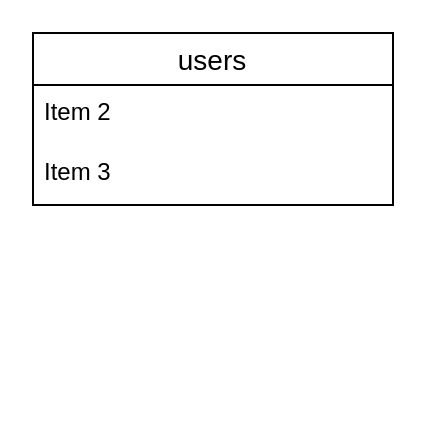
This is tennis-friends.dio from takuya20201003/tennis-friends, a draw.io file, before an edit. Source tidied: cells renumbered, new cells numbered last; positions are measured from the earlier drawing's top-left corner, leaving out a move shared by most shapes. Both pictures are drawn from the tidied source at 200%, with x=0, y=0 at pixel (32, 32).
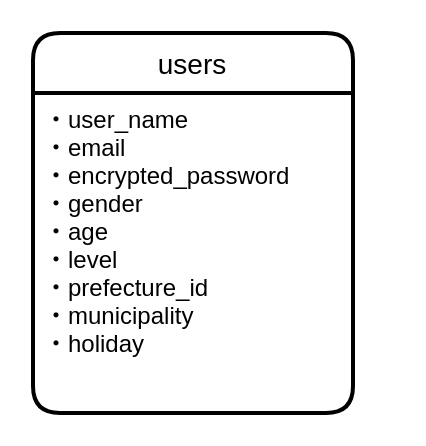
The same diagram, later.

Commit message:
messagesのER図の作成

The edit, as a diff of the source:
```diff
@@
 <mxGraphModel>
   <root>
     <mxCell id="0" />
     <mxCell id="1" parent="0" />
-    <mxCell id="2" value="users" style="swimlane;fontStyle=0;horizontal=1;startSize=26;align=center;fontSize=14;" parent="1" vertex="1">
-      <mxGeometry width="180" height="86" as="geometry" />
+    <mxCell id="2" value="users" style="swimlane;horizontal=1;startSize=30;rounded=1;fontSize=14;fontStyle=0;strokeWidth=2;shadow=0;dashed=0;align=center;" parent="1" vertex="1">
+      <mxGeometry width="160" height="190" as="geometry" />
     </mxCell>
-    <mxCell id="3" value="Item 2" style="text;strokeColor=none;fillColor=none;spacingLeft=4;spacingRight=4;overflow=hidden;fontSize=12;" parent="2" vertex="1">
-      <mxGeometry y="26" width="180" height="30" as="geometry" />
-    </mxCell>
-    <mxCell id="4" value="Item 3" style="text;strokeColor=none;fillColor=none;spacingLeft=4;spacingRight=4;overflow=hidden;fontSize=12;" parent="2" vertex="1">
-      <mxGeometry y="56" width="180" height="30" as="geometry" />
-    </mxCell>
+    <mxCell id="5" value="・user_name&#10;・email&#10;・encrypted_password&#10;・gender&#10;・age&#10;・level&#10;・prefecture_id&#10;・municipality&#10;・holiday&#10;&#10;" style="align=left;strokeColor=none;fillColor=none;spacingLeft=4;fontSize=12;verticalAlign=top;" parent="2" vertex="1">
+      <mxGeometry y="30" width="160" height="160" as="geometry" />
+    </mxCell>
   </root>
 </mxGraphModel>
```
